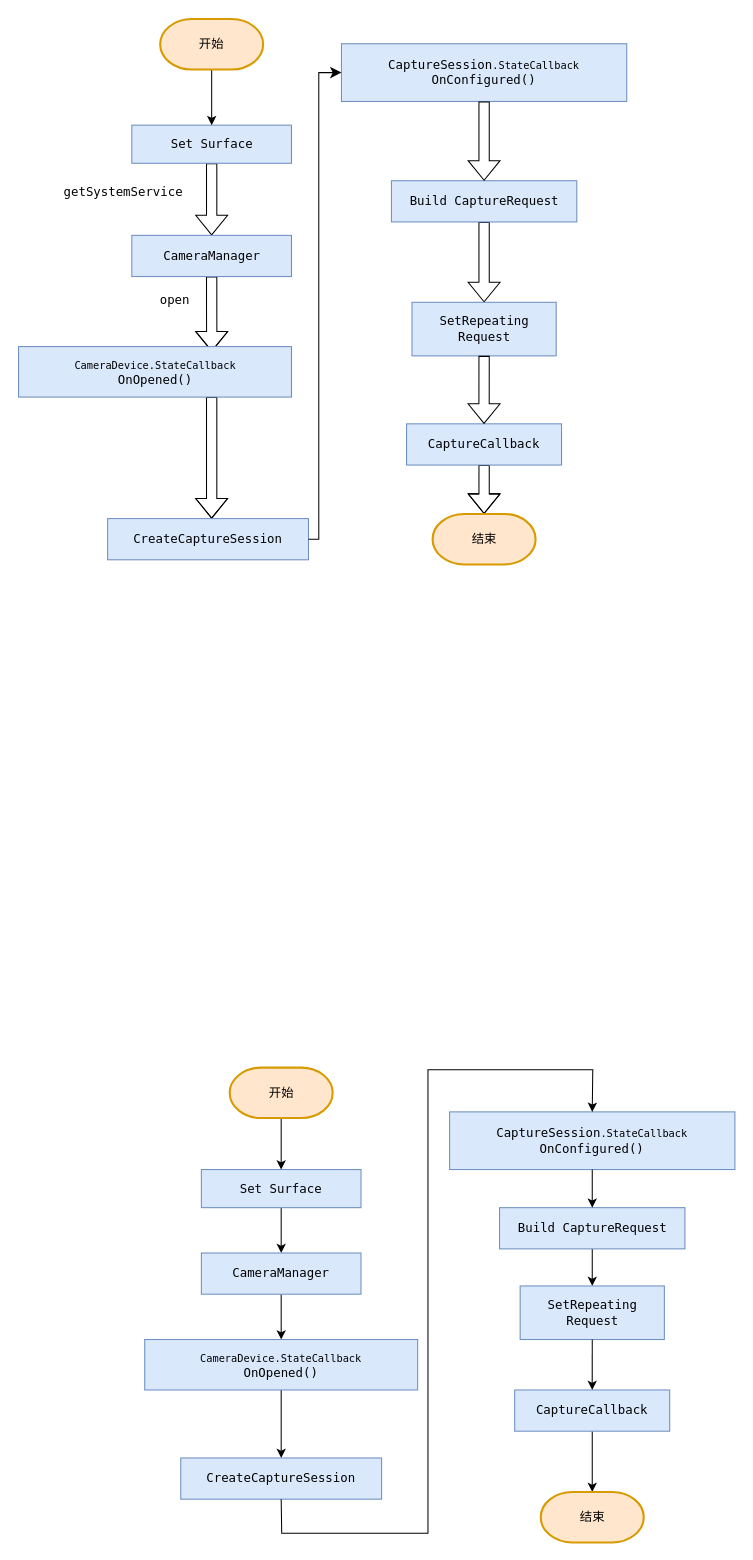
Before: camera2.drawio in Bright-Hsu/Real-Time-Trans-Server, a draw.io diagram. Source tidied: cells renumbered, new cells numbered last; positions are measured from the earlier drawing's top-left corner, leaving out a move shared by most shapes. Both pictures are drawn from the tidied source at 103%, with x=0, y=0 at pixel (18, 19).
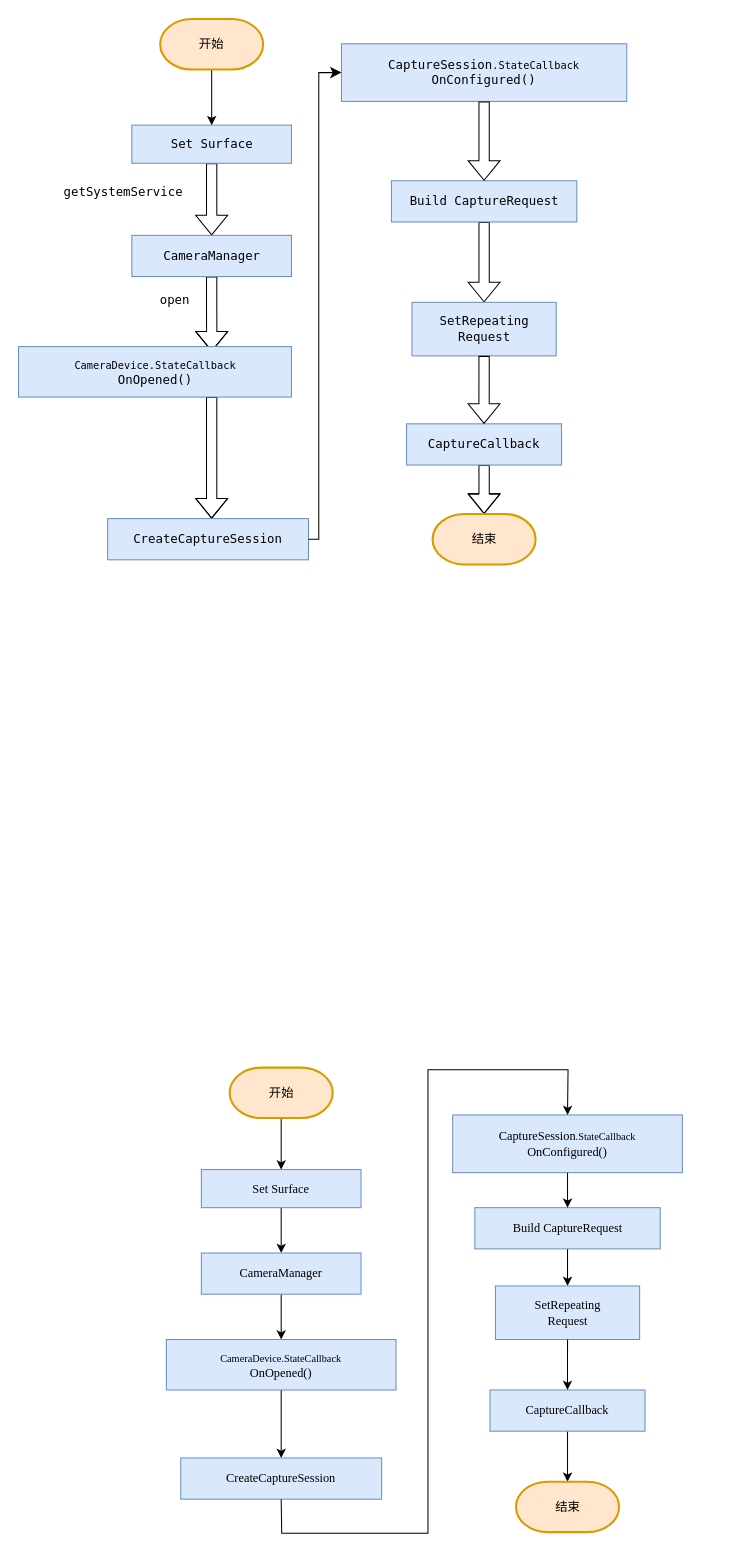
Above is the later version.

Change to the diagram source:
```diff
@@
-    <mxCell id="23" style="edgeStyle=orthogonalEdgeStyle;rounded=0;jettySize=auto;html=1;fontFamily=Lucida Console;exitX=0.5;exitY=1;exitDx=0;exitDy=0;" parent="1" edge="1" source="33" target="25">
+    <mxCell id="23" style="edgeStyle=orthogonalEdgeStyle;rounded=0;jettySize=auto;html=1;fontFamily=Times New Roman;exitX=0.5;exitY=1;exitDx=0;exitDy=0;" parent="1" edge="1" source="33" target="25">
       <mxGeometry relative="1" as="geometry" />
     </mxCell>
-    <mxCell id="24" style="edgeStyle=orthogonalEdgeStyle;rounded=0;jettySize=auto;html=1;fontFamily=Lucida Console;entryX=0.5;entryY=0;entryDx=0;entryDy=0;" parent="1" edge="1" source="25" target="27">
+    <mxCell id="24" style="edgeStyle=orthogonalEdgeStyle;rounded=0;jettySize=auto;html=1;fontFamily=Times New Roman;entryX=0.5;entryY=0;entryDx=0;entryDy=0;" parent="1" edge="1" source="25" target="27">
       <mxGeometry relative="1" as="geometry" />
     </mxCell>
-    <mxCell id="25" value="CameraManager" style="whiteSpace=wrap;html=1;fillColor=#dae8fc;strokeColor=#6c8ebf;fontFamily=Lucida Console;" parent="1" vertex="1">
+    <mxCell id="25" value="CameraManager" style="whiteSpace=wrap;html=1;fillColor=#dae8fc;strokeColor=#6c8ebf;fontFamily=Times New Roman;" parent="1" vertex="1">
       <mxGeometry x="178" y="1198" width="155" height="40" as="geometry" />
     </mxCell>
-    <mxCell id="26" style="edgeStyle=orthogonalEdgeStyle;rounded=0;jettySize=auto;html=1;" parent="1" edge="1" source="27" target="28">
+    <mxCell id="26" style="edgeStyle=orthogonalEdgeStyle;rounded=0;jettySize=auto;html=1;fontFamily=Times New Roman;" parent="1" edge="1" source="27" target="28">
       <mxGeometry relative="1" as="geometry" />
     </mxCell>
-    <mxCell id="27" value="&lt;font size=&quot;1&quot;&gt;CameraDevice.StateCallback&lt;/font&gt;&lt;br&gt;OnOpened()" style="whiteSpace=wrap;html=1;fillColor=#dae8fc;strokeColor=#6c8ebf;fontFamily=Lucida Console;" parent="1" vertex="1">
-      <mxGeometry x="123" y="1282" width="265" height="49" as="geometry" />
+    <mxCell id="27" value="&lt;font size=&quot;1&quot;&gt;CameraDevice.StateCallback&lt;/font&gt;&lt;br&gt;OnOpened()" style="whiteSpace=wrap;html=1;fillColor=#dae8fc;strokeColor=#6c8ebf;fontFamily=Times New Roman;" parent="1" vertex="1">
+      <mxGeometry x="144" y="1282" width="223" height="49" as="geometry" />
     </mxCell>
-    <mxCell id="28" value="CreateCaptureSession" style="whiteSpace=wrap;html=1;fillColor=#dae8fc;strokeColor=#6c8ebf;fontFamily=Lucida Console;" parent="1" vertex="1">
+    <mxCell id="28" value="CreateCaptureSession" style="whiteSpace=wrap;html=1;fillColor=#dae8fc;strokeColor=#6c8ebf;fontFamily=Times New Roman;" parent="1" vertex="1">
       <mxGeometry x="158" y="1397" width="195" height="40" as="geometry" />
     </mxCell>
-    <mxCell id="29" style="edgeStyle=orthogonalEdgeStyle;rounded=0;jettySize=auto;html=1;fontFamily=Lucida Console;entryX=0.5;entryY=0;entryDx=0;entryDy=0;" parent="1" edge="1" source="30" target="37">
+    <mxCell id="29" style="edgeStyle=orthogonalEdgeStyle;rounded=0;jettySize=auto;html=1;fontFamily=Times New Roman;entryX=0.5;entryY=0;entryDx=0;entryDy=0;" parent="1" edge="1" source="30" target="37">
       <mxGeometry relative="1" as="geometry" />
     </mxCell>
-    <mxCell id="30" value="Build CaptureRequest" style="whiteSpace=wrap;html=1;fillColor=#dae8fc;strokeColor=#6c8ebf;fontFamily=Lucida Console;" parent="1" vertex="1">
-      <mxGeometry x="467.5" y="1154" width="180" height="40" as="geometry" />
+    <mxCell id="30" value="Build CaptureRequest" style="whiteSpace=wrap;html=1;fillColor=#dae8fc;strokeColor=#6c8ebf;fontFamily=Times New Roman;" parent="1" vertex="1">
+      <mxGeometry x="443.5" y="1154" width="180" height="40" as="geometry" />
     </mxCell>
-    <mxCell id="31" style="edgeStyle=orthogonalEdgeStyle;rounded=0;jettySize=auto;html=1;fontFamily=Lucida Console;entryX=0.5;entryY=0;entryDx=0;entryDy=0;entryPerimeter=0;" parent="1" edge="1" source="32" target="40">
+    <mxCell id="31" style="edgeStyle=orthogonalEdgeStyle;rounded=0;jettySize=auto;html=1;fontFamily=Times New Roman;entryX=0.5;entryY=0;entryDx=0;entryDy=0;entryPerimeter=0;" parent="1" edge="1" source="32" target="40">
       <mxGeometry relative="1" as="geometry" />
     </mxCell>
-    <mxCell id="32" value="CaptureCallback" style="whiteSpace=wrap;html=1;fillColor=#dae8fc;strokeColor=#6c8ebf;fontFamily=Lucida Console;" parent="1" vertex="1">
-      <mxGeometry x="482.2" y="1331" width="150.5" height="40" as="geometry" />
+    <mxCell id="32" value="CaptureCallback" style="whiteSpace=wrap;html=1;fillColor=#dae8fc;strokeColor=#6c8ebf;fontFamily=Times New Roman;" parent="1" vertex="1">
+      <mxGeometry x="458.2" y="1331" width="150.5" height="40" as="geometry" />
     </mxCell>
-    <mxCell id="33" value="Set Surface" style="whiteSpace=wrap;html=1;fillColor=#dae8fc;strokeColor=#6c8ebf;fontFamily=Lucida Console;" parent="1" vertex="1">
+    <mxCell id="33" value="Set Surface" style="whiteSpace=wrap;html=1;fillColor=#dae8fc;strokeColor=#6c8ebf;fontFamily=Times New Roman;" parent="1" vertex="1">
       <mxGeometry x="178" y="1117" width="155" height="37" as="geometry" />
     </mxCell>
-    <mxCell id="34" style="edgeStyle=orthogonalEdgeStyle;rounded=0;jettySize=auto;html=1;fontFamily=Lucida Console;entryX=0.5;entryY=0;entryDx=0;entryDy=0;" parent="1" edge="1" source="39" target="33">
+    <mxCell id="34" style="edgeStyle=orthogonalEdgeStyle;rounded=0;jettySize=auto;html=1;fontFamily=Times New Roman;entryX=0.5;entryY=0;entryDx=0;entryDy=0;" parent="1" edge="1" source="39" target="33">
       <mxGeometry relative="1" as="geometry" />
     </mxCell>
-    <mxCell id="35" value="CaptureSession&lt;font size=&quot;1&quot;&gt;.StateCallback&lt;/font&gt;&lt;br&gt;OnConfigured()" style="whiteSpace=wrap;html=1;fillColor=#dae8fc;strokeColor=#6c8ebf;fontFamily=Lucida Console;" parent="1" vertex="1">
-      <mxGeometry x="419" y="1061" width="277" height="56" as="geometry" />
+    <mxCell id="35" value="CaptureSession&lt;font size=&quot;1&quot;&gt;.StateCallback&lt;/font&gt;&lt;br&gt;OnConfigured()" style="whiteSpace=wrap;html=1;fillColor=#dae8fc;strokeColor=#6c8ebf;fontFamily=Times New Roman;" parent="1" vertex="1">
+      <mxGeometry x="422" y="1064" width="223" height="56" as="geometry" />
     </mxCell>
-    <mxCell id="36" style="edgeStyle=orthogonalEdgeStyle;rounded=0;jettySize=auto;html=1;fontFamily=Lucida Console;exitX=0.5;exitY=1;exitDx=0;exitDy=0;entryX=0.5;entryY=0;entryDx=0;entryDy=0;" parent="1" edge="1" source="35" target="30">
+    <mxCell id="36" style="edgeStyle=orthogonalEdgeStyle;rounded=0;jettySize=auto;html=1;fontFamily=Times New Roman;exitX=0.5;exitY=1;exitDx=0;exitDy=0;entryX=0.5;entryY=0;entryDx=0;entryDy=0;" parent="1" edge="1" source="35" target="30">
       <mxGeometry relative="1" as="geometry" />
     </mxCell>
-    <mxCell id="37" value="SetRepeating&lt;br&gt;Request" style="whiteSpace=wrap;html=1;fillColor=#dae8fc;strokeColor=#6c8ebf;fontFamily=Lucida Console;" parent="1" vertex="1">
-      <mxGeometry x="487.5" y="1230" width="140" height="52" as="geometry" />
+    <mxCell id="37" value="SetRepeating&lt;br&gt;Request" style="whiteSpace=wrap;html=1;fillColor=#dae8fc;strokeColor=#6c8ebf;fontFamily=Times New Roman;" parent="1" vertex="1">
+      <mxGeometry x="463.5" y="1230" width="140" height="52" as="geometry" />
     </mxCell>
-    <mxCell id="38" style="edgeStyle=orthogonalEdgeStyle;rounded=0;jettySize=auto;html=1;fontFamily=Lucida Console;exitX=0.5;exitY=1;exitDx=0;exitDy=0;entryX=0.5;entryY=0;entryDx=0;entryDy=0;" parent="1" edge="1" source="37" target="32">
+    <mxCell id="38" style="edgeStyle=orthogonalEdgeStyle;rounded=0;jettySize=auto;html=1;fontFamily=Times New Roman;exitX=0.5;exitY=1;exitDx=0;exitDy=0;entryX=0.5;entryY=0;entryDx=0;entryDy=0;" parent="1" edge="1" source="37" target="32">
       <mxGeometry relative="1" as="geometry" />
     </mxCell>
-    <mxCell id="39" value="开始" style="strokeWidth=2;html=1;shape=mxgraph.flowchart.terminator;whiteSpace=wrap;fillColor=#ffe6cc;strokeColor=#d79b00;" parent="1" vertex="1">
+    <mxCell id="39" value="&lt;font face=&quot;simsun&quot;&gt;开始&lt;/font&gt;" style="strokeWidth=2;html=1;shape=mxgraph.flowchart.terminator;whiteSpace=wrap;fillColor=#ffe6cc;strokeColor=#d79b00;fontFamily=Times New Roman;" parent="1" vertex="1">
       <mxGeometry x="205.5" y="1018" width="100" height="49" as="geometry" />
     </mxCell>
-    <mxCell id="40" value="结束" style="strokeWidth=2;html=1;shape=mxgraph.flowchart.terminator;whiteSpace=wrap;fillColor=#ffe6cc;strokeColor=#d79b00;" parent="1" vertex="1">
-      <mxGeometry x="507.5" y="1430" width="100" height="49" as="geometry" />
+    <mxCell id="40" value="&lt;font face=&quot;simsun&quot;&gt;结束&lt;/font&gt;" style="strokeWidth=2;html=1;shape=mxgraph.flowchart.terminator;whiteSpace=wrap;fillColor=#ffe6cc;strokeColor=#d79b00;fontFamily=Times New Roman;" parent="1" vertex="1">
+      <mxGeometry x="483.5" y="1420" width="100" height="49" as="geometry" />
     </mxCell>
-    <mxCell id="41" style="endArrow=classic;html=1;rounded=0;exitX=0.5;exitY=1;exitDx=0;exitDy=0;entryX=0.5;entryY=0;entryDx=0;entryDy=0;" parent="1" edge="1" source="28" target="35">
+    <mxCell id="41" style="endArrow=classic;html=1;rounded=0;exitX=0.5;exitY=1;exitDx=0;exitDy=0;entryX=0.5;entryY=0;entryDx=0;entryDy=0;fontFamily=Times New Roman;" parent="1" edge="1" source="28" target="35">
       <mxGeometry relative="1" as="geometry">
         <Array as="points">
           <mxPoint x="256" y="1470" />
           <mxPoint x="398" y="1470" />
           <mxPoint x="398" y="1020" />
-          <mxPoint x="558" y="1020" />
+          <mxPoint x="534" y="1020" />
         </Array>
       </mxGeometry>
     </mxCell>
```
